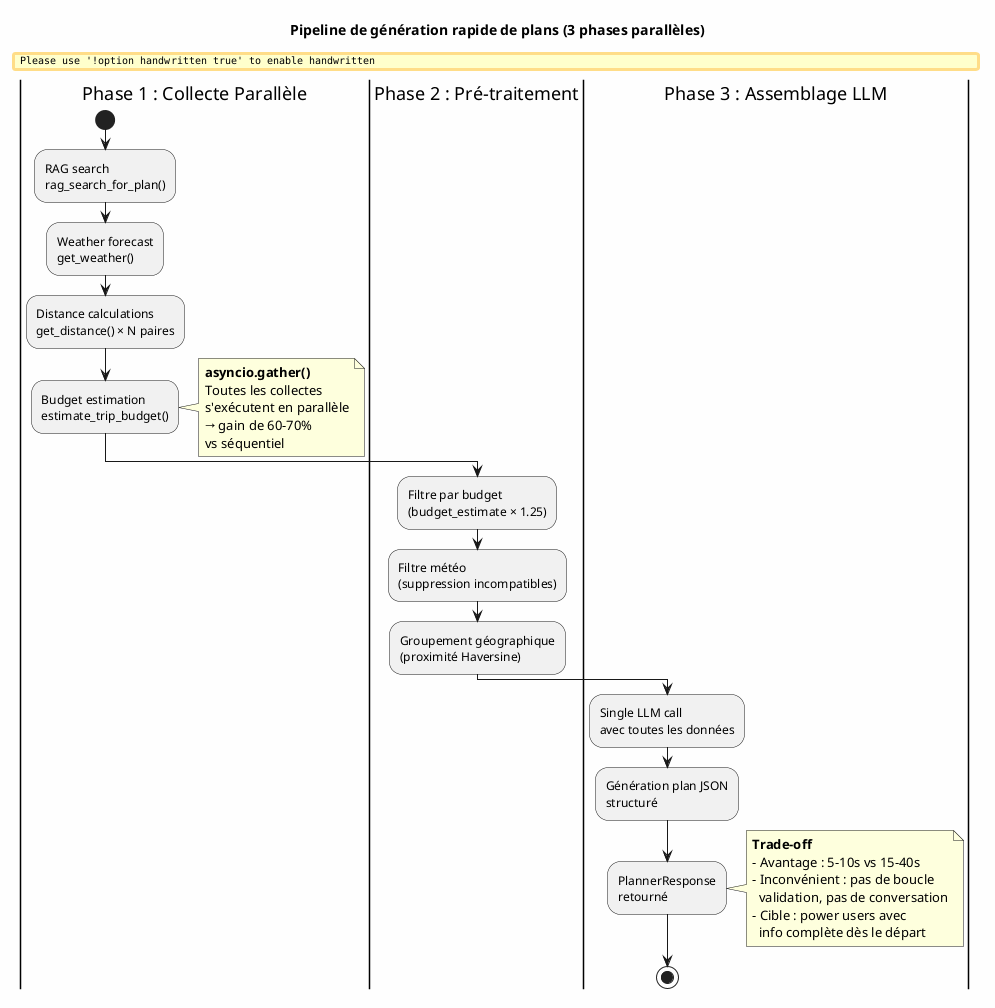
ahmed-addali/rapport keeps this PlantUML diagram as diagrams/fig_04_fast_pipeline.png. Above is the earlier version.
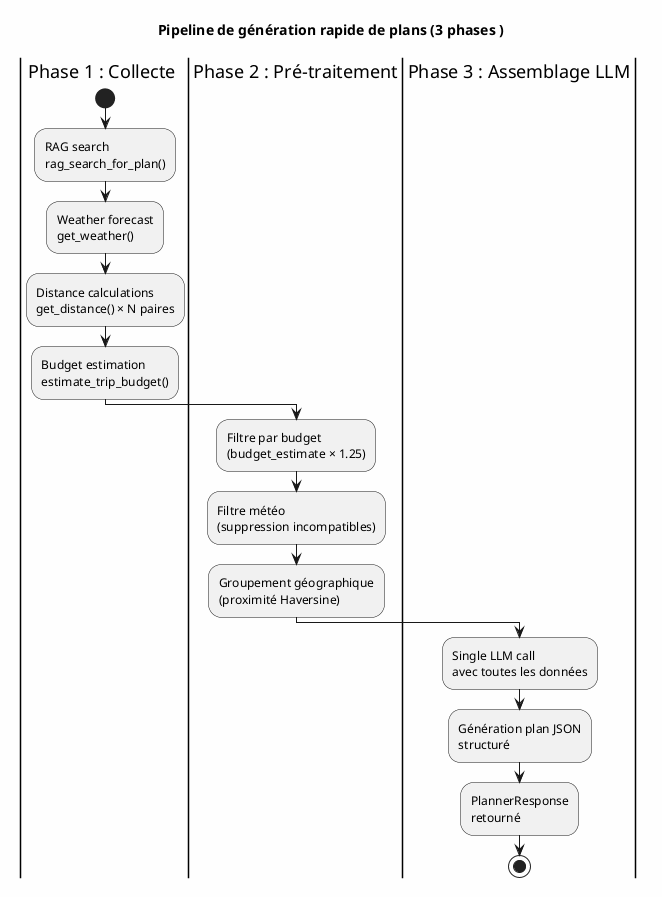
After the commit.

Diff of the diagram source:
```diff
@@ -1,23 +1,17 @@
 @startuml
 skinparam backgroundColor #FEFEFE
-skinparam handwritten false
+
 skinparam defaultFontName "Arial"
 
-title Pipeline de génération rapide de plans (3 phases parallèles)
+title Pipeline de génération rapide de plans (3 phases )
 
-|Phase 1 : Collecte Parallèle|
+|Phase 1 : Collecte |
 start
 :RAG search\nrag_search_for_plan();
 :Weather forecast\nget_weather();
 :Distance calculations\nget_distance() × N paires;
 :Budget estimation\nestimate_trip_budget();
-note right
-  **asyncio.gather()**
-  Toutes les collectes
-  s'exécutent en parallèle
-  → gain de 60-70%
-  vs séquentiel
-end note
+
 
 |Phase 2 : Pré-traitement|
 :Filtre par budget\n(budget_estimate × 1.25);
@@ -28,14 +22,6 @@
 :Single LLM call\navec toutes les données;
 :Génération plan JSON\nstructuré;
 :PlannerResponse\nretourné;
-note right
-  **Trade-off**
-  - Avantage : 5-10s vs 15-40s
-  - Inconvénient : pas de boucle
-    validation, pas de conversation
-  - Cible : power users avec
-    info complète dès le départ
-end note
 
 stop
 @enduml
```
